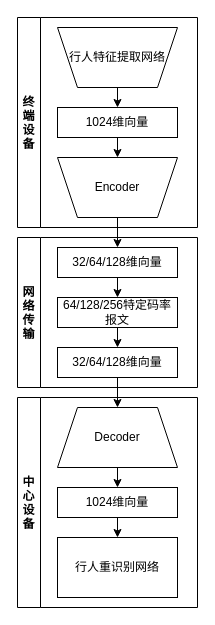
Earlier version of the draw.io diagram deploy.drawio (foreignbill/drawio). Source tidied: cells renumbered, new cells numbered last; positions are measured from the earlier drawing's top-left corner, leaving out a move shared by most shapes. Both pictures are drawn from the tidied source at 100%, with x=0, y=0 at pixel (17, 17).
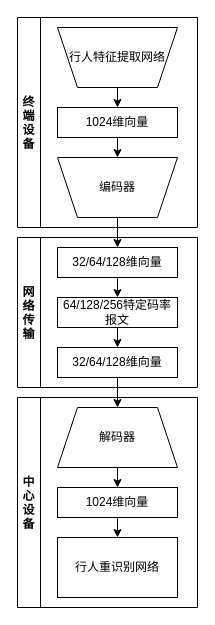
After the change.

The edit, as a diff of the source:
```diff
@@
-    <mxCell id="5" value="Encoder" style="shape=trapezoid;perimeter=trapezoidPerimeter;whiteSpace=wrap;html=1;fixedSize=1;direction=west;" parent="1" vertex="1">
+    <mxCell id="5" value="编码器" style="shape=trapezoid;perimeter=trapezoidPerimeter;whiteSpace=wrap;html=1;fixedSize=1;direction=west;" parent="1" vertex="1">
       <mxGeometry x="40" y="140" width="120" height="60" as="geometry" />
     </mxCell>
@@
-    <mxCell id="7" value="Decoder" style="shape=trapezoid;perimeter=trapezoidPerimeter;whiteSpace=wrap;html=1;fixedSize=1;" parent="1" vertex="1">
+    <mxCell id="7" value="解码器" style="shape=trapezoid;perimeter=trapezoidPerimeter;whiteSpace=wrap;html=1;fixedSize=1;" parent="1" vertex="1">
       <mxGeometry x="40" y="390" width="120" height="60" as="geometry" />
     </mxCell>
```
